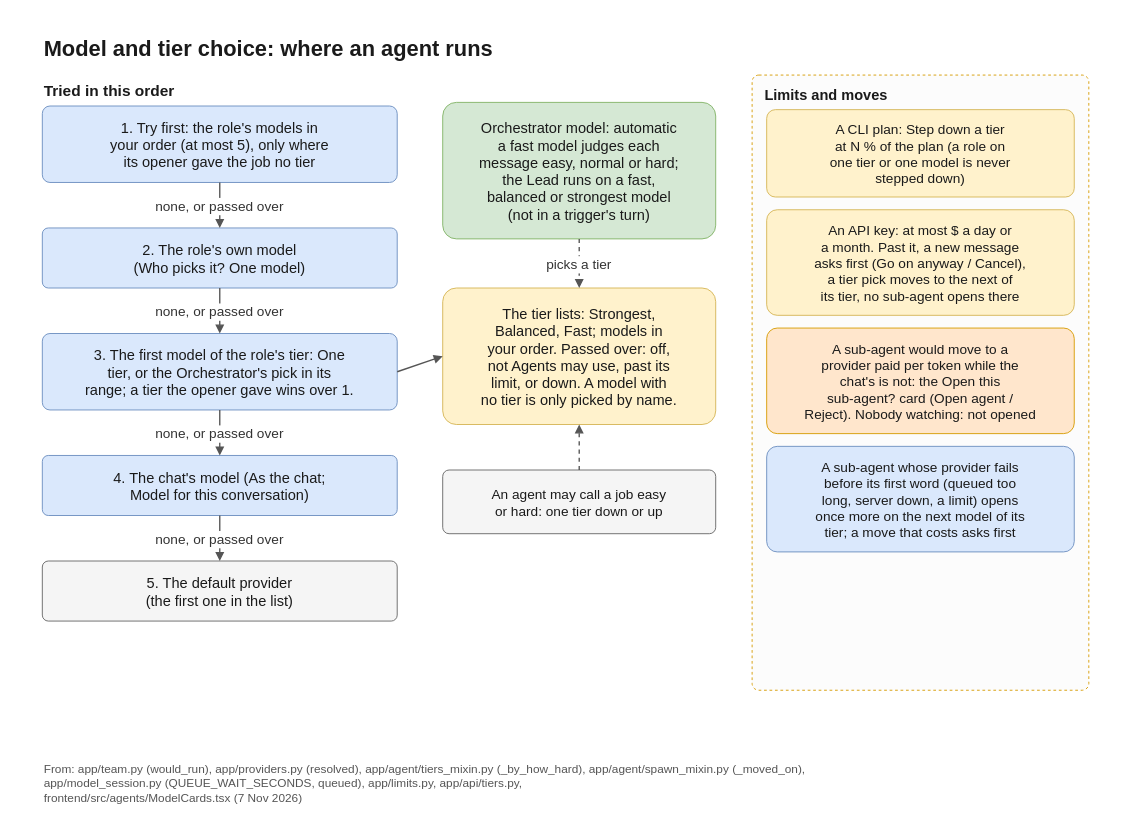
The draw.io diagram docs/diagrams/models.drawio in flyingriverhorse/Koloni, before the edit. Source tidied: cells renumbered, new cells numbered last; positions are measured from the earlier drawing's top-left corner, leaving out a move shared by most shapes. Both pictures are drawn from the tidied source at 91%, with x=0, y=0 at pixel (15, 15).
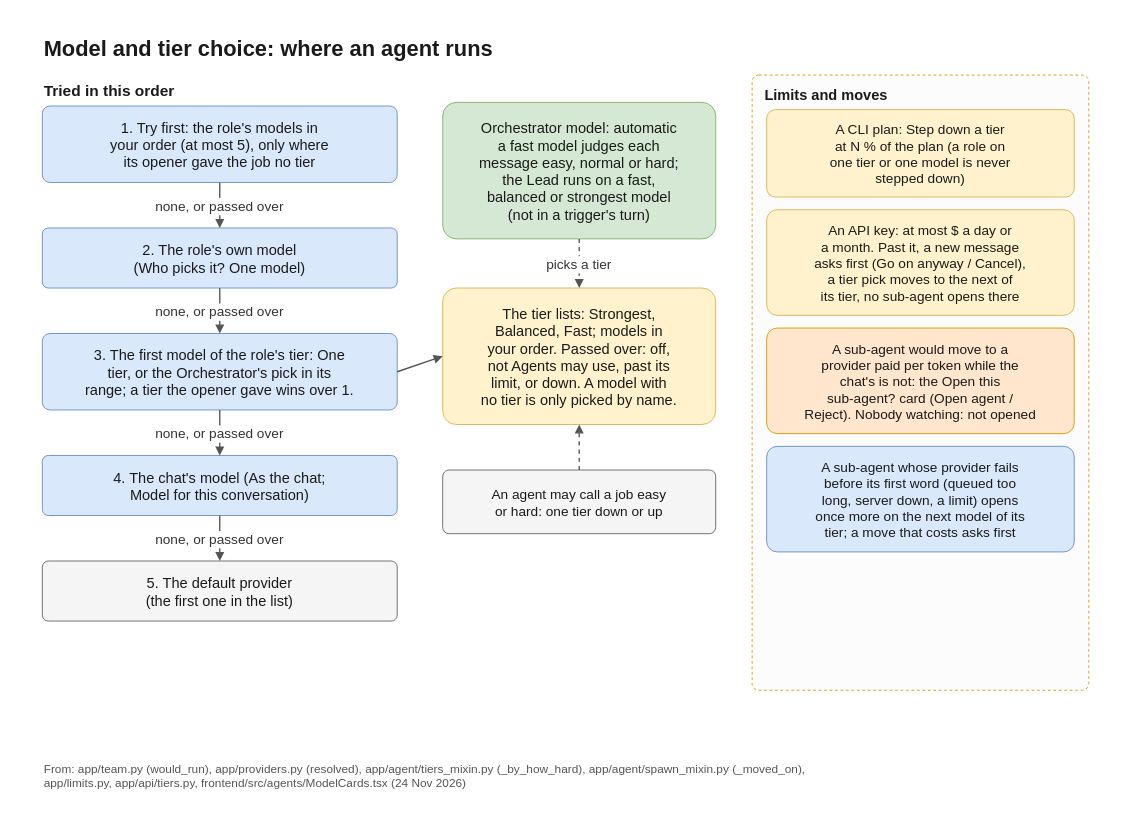
Above is the later version.

Commit message (it also covers changes not shown here):
fix(clis): a model that may not run writes no draft; the 0.1.8 upgrade note; the models diagram's footer

What changed in the source:
```diff
@@
-    <mxCell id="25" value="From: app/team.py (would_run), app/providers.py (resolved), app/agent/tiers_mixin.py (_by_how_hard), app/agent/spawn_mixin.py (_moved_on),&#10;app/model_session.py (QUEUE_WAIT_SECONDS, queued), app/limits.py, app/api/tiers.py,&#10;frontend/src/agents/ModelCards.tsx (7 Nov 2026)" style="text;strokeColor=none;fillColor=none;fontFamily=Helvetica;fontColor=#555555;fontSize=13;align=left;verticalAlign=top;" parent="1" vertex="1">
+    <mxCell id="25" value="From: app/team.py (would_run), app/providers.py (resolved), app/agent/tiers_mixin.py (_by_how_hard), app/agent/spawn_mixin.py (_moved_on),&#10;app/limits.py, app/api/tiers.py, frontend/src/agents/ModelCards.tsx (24 Nov 2026)" style="text;strokeColor=none;fillColor=none;fontFamily=Helvetica;fontColor=#555555;fontSize=13;align=left;verticalAlign=top;" parent="1" vertex="1">
       <mxGeometry x="30" y="814" width="1140" height="60" as="geometry" />
     </mxCell>
```
